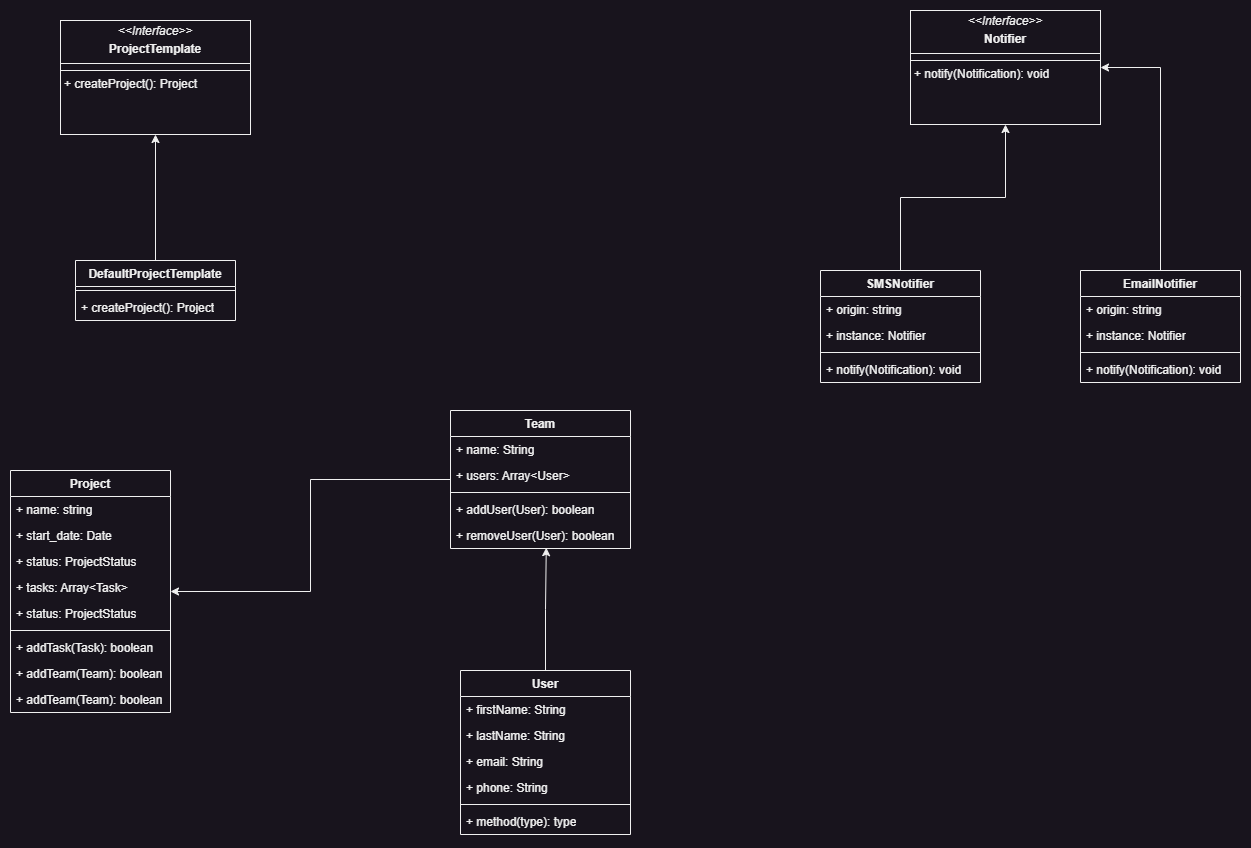
Before: design/vector-backend-prj.drawio.png, a diagram exported from draw.io (ggopal13/vector-backend-project). Source tidied: cells renumbered, new cells last; positions are measured from the earlier drawing's top-left corner, leaving out a move shared by most shapes.
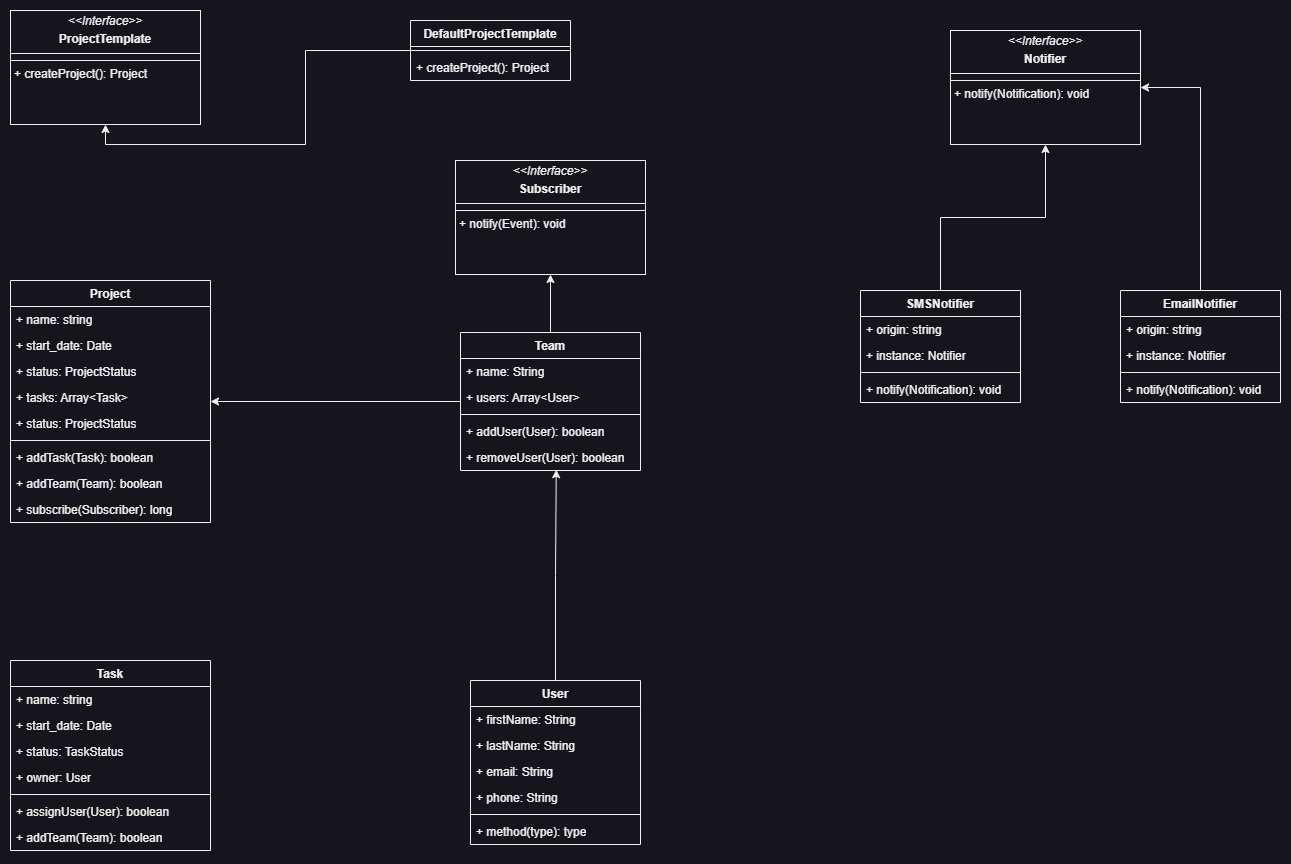
After the commit.

Commit message:
add lld design

Diff of the diagram source:
```diff
@@ -3,13 +3,13 @@
     <mxCell id="0" />
     <mxCell id="1" parent="0" />
     <mxCell id="2" value="&lt;p style=&quot;margin:0px;margin-top:4px;text-align:center;&quot;&gt;&lt;i&gt;&amp;lt;&amp;lt;Interface&amp;gt;&amp;gt;&lt;/i&gt;&lt;/p&gt;&lt;p style=&quot;margin:0px;margin-top:4px;text-align:center;&quot;&gt;&lt;b&gt;ProjectTemplate&lt;/b&gt;&lt;br&gt;&lt;/p&gt;&lt;hr size=&quot;1&quot; style=&quot;border-style:solid;&quot;&gt;&lt;hr size=&quot;1&quot; style=&quot;border-style:solid;&quot;&gt;&lt;p style=&quot;margin:0px;margin-left:4px;&quot;&gt;+ createProject(): Project&lt;/p&gt;" style="verticalAlign=top;align=left;overflow=fill;html=1;whiteSpace=wrap;" parent="1" vertex="1">
-      <mxGeometry x="50" y="10" width="190" height="114" as="geometry" />
+      <mxGeometry x="-40" y="-20" width="190" height="114" as="geometry" />
     </mxCell>
     <mxCell id="3" style="edgeStyle=orthogonalEdgeStyle;rounded=0;jettySize=auto;html=1;entryX=0.5;entryY=1;entryDx=0;entryDy=0;" parent="1" edge="1" source="4" target="2">
       <mxGeometry relative="1" as="geometry" />
     </mxCell>
     <mxCell id="4" value="DefaultProjectTemplate" style="swimlane;fontStyle=1;align=center;verticalAlign=top;horizontal=1;startSize=26;whiteSpace=wrap;html=1;" parent="1" vertex="1">
-      <mxGeometry x="65" y="250" width="160" height="60" as="geometry" />
+      <mxGeometry x="360" y="-10" width="160" height="60" as="geometry" />
     </mxCell>
     <mxCell id="5" style="line;strokeWidth=1;fillColor=none;align=left;verticalAlign=middle;spacingTop=-1;spacingLeft=3;spacingRight=3;labelPosition=right;strokeColor=inherit;" parent="4" vertex="1">
       <mxGeometry y="26" width="160" height="8" as="geometry" />
@@ -18,40 +18,43 @@
       <mxGeometry y="34" width="160" height="26" as="geometry" />
     </mxCell>
     <mxCell id="7" value="Project" style="swimlane;fontStyle=1;align=center;verticalAlign=top;horizontal=1;startSize=26;whiteSpace=wrap;html=1;" parent="1" vertex="1">
-      <mxGeometry y="460" width="160" height="242" as="geometry" />
+      <mxGeometry x="-40" y="250" width="200" height="242" as="geometry" />
     </mxCell>
     <mxCell id="8" value="+ name: string&lt;div&gt;&lt;br&gt;&lt;/div&gt;&lt;div&gt;&lt;br&gt;&lt;/div&gt;" style="text;strokeColor=none;fillColor=none;align=left;verticalAlign=top;spacingLeft=4;spacingRight=4;overflow=hidden;whiteSpace=wrap;html=1;" parent="7" vertex="1">
-      <mxGeometry y="26" width="160" height="26" as="geometry" />
+      <mxGeometry y="26" width="200" height="26" as="geometry" />
     </mxCell>
     <mxCell id="9" value="+ start_date: Date&lt;div&gt;&lt;br&gt;&lt;/div&gt;&lt;div&gt;&lt;br&gt;&lt;/div&gt;" style="text;strokeColor=none;fillColor=none;align=left;verticalAlign=top;spacingLeft=4;spacingRight=4;overflow=hidden;whiteSpace=wrap;html=1;" parent="7" vertex="1">
-      <mxGeometry y="52" width="160" height="26" as="geometry" />
+      <mxGeometry y="52" width="200" height="26" as="geometry" />
     </mxCell>
     <mxCell id="10" value="+ status: ProjectStatus&lt;div&gt;&lt;br&gt;&lt;/div&gt;&lt;div&gt;&lt;br&gt;&lt;/div&gt;" style="text;strokeColor=none;fillColor=none;align=left;verticalAlign=top;spacingLeft=4;spacingRight=4;overflow=hidden;whiteSpace=wrap;html=1;" parent="7" vertex="1">
-      <mxGeometry y="78" width="160" height="26" as="geometry" />
+      <mxGeometry y="78" width="200" height="26" as="geometry" />
     </mxCell>
     <mxCell id="11" value="+ tasks: Array&amp;lt;Task&amp;gt;&lt;div&gt;&lt;div&gt;&lt;br&gt;&lt;/div&gt;&lt;div&gt;&lt;br&gt;&lt;/div&gt;&lt;/div&gt;" style="text;strokeColor=none;fillColor=none;align=left;verticalAlign=top;spacingLeft=4;spacingRight=4;overflow=hidden;whiteSpace=wrap;html=1;" parent="7" vertex="1">
-      <mxGeometry y="104" width="160" height="26" as="geometry" />
+      <mxGeometry y="104" width="200" height="26" as="geometry" />
     </mxCell>
     <mxCell id="12" value="+ status: ProjectStatus&lt;div&gt;&lt;br&gt;&lt;/div&gt;&lt;div&gt;&lt;br&gt;&lt;/div&gt;" style="text;strokeColor=none;fillColor=none;align=left;verticalAlign=top;spacingLeft=4;spacingRight=4;overflow=hidden;whiteSpace=wrap;html=1;" parent="7" vertex="1">
-      <mxGeometry y="130" width="160" height="26" as="geometry" />
+      <mxGeometry y="130" width="200" height="26" as="geometry" />
     </mxCell>
     <mxCell id="13" style="line;strokeWidth=1;fillColor=none;align=left;verticalAlign=middle;spacingTop=-1;spacingLeft=3;spacingRight=3;labelPosition=right;strokeColor=inherit;" parent="7" vertex="1">
-      <mxGeometry y="156" width="160" height="8" as="geometry" />
+      <mxGeometry y="156" width="200" height="8" as="geometry" />
     </mxCell>
     <mxCell id="14" value="+ addTask(Task): boolean" style="text;strokeColor=none;fillColor=none;align=left;verticalAlign=top;spacingLeft=4;spacingRight=4;overflow=hidden;whiteSpace=wrap;html=1;" parent="7" vertex="1">
-      <mxGeometry y="164" width="160" height="26" as="geometry" />
+      <mxGeometry y="164" width="200" height="26" as="geometry" />
     </mxCell>
     <mxCell id="15" value="+ addTeam(Team): boolean" style="text;strokeColor=none;fillColor=none;align=left;verticalAlign=top;spacingLeft=4;spacingRight=4;overflow=hidden;whiteSpace=wrap;html=1;" parent="7" vertex="1">
-      <mxGeometry y="190" width="160" height="26" as="geometry" />
+      <mxGeometry y="190" width="200" height="26" as="geometry" />
     </mxCell>
-    <mxCell id="16" value="+ addTeam(Team): boolean" style="text;strokeColor=none;fillColor=none;align=left;verticalAlign=top;spacingLeft=4;spacingRight=4;overflow=hidden;whiteSpace=wrap;html=1;" parent="7" vertex="1">
-      <mxGeometry y="216" width="160" height="26" as="geometry" />
+    <mxCell id="16" value="+ subscribe(Subscriber): long" style="text;strokeColor=none;fillColor=none;align=left;verticalAlign=top;spacingLeft=4;spacingRight=4;overflow=hidden;whiteSpace=wrap;html=1;" parent="7" vertex="1">
+      <mxGeometry y="216" width="200" height="26" as="geometry" />
     </mxCell>
     <mxCell id="17" style="edgeStyle=orthogonalEdgeStyle;rounded=0;jettySize=auto;html=1;entryX=1;entryY=0.5;entryDx=0;entryDy=0;" parent="1" edge="1" source="18" target="7">
       <mxGeometry relative="1" as="geometry" />
     </mxCell>
+    <mxCell id="45" style="edgeStyle=orthogonalEdgeStyle;rounded=0;jettySize=auto;html=1;exitX=0.5;exitY=0;exitDx=0;exitDy=0;entryX=0.5;entryY=1;entryDx=0;entryDy=0;" parent="1" edge="1" source="18" target="54">
+      <mxGeometry relative="1" as="geometry" />
+    </mxCell>
     <mxCell id="18" value="Team" style="swimlane;fontStyle=1;align=center;verticalAlign=top;horizontal=1;startSize=26;whiteSpace=wrap;html=1;" parent="1" vertex="1">
-      <mxGeometry x="440" y="400" width="180" height="138" as="geometry" />
+      <mxGeometry x="410" y="302" width="180" height="138" as="geometry" />
     </mxCell>
     <mxCell id="19" value="+ name: String" style="text;strokeColor=none;fillColor=none;align=left;verticalAlign=top;spacingLeft=4;spacingRight=4;overflow=hidden;whiteSpace=wrap;html=1;" parent="18" vertex="1">
       <mxGeometry y="26" width="180" height="26" as="geometry" />
@@ -69,7 +72,7 @@
       <mxGeometry y="112" width="180" height="26" as="geometry" />
     </mxCell>
     <mxCell id="24" value="User" style="swimlane;fontStyle=1;align=center;verticalAlign=top;horizontal=1;startSize=26;whiteSpace=wrap;html=1;" parent="1" vertex="1">
-      <mxGeometry x="450" y="660" width="170" height="164" as="geometry" />
+      <mxGeometry x="420" y="650" width="170" height="164" as="geometry" />
     </mxCell>
     <mxCell id="25" value="+ firstName: String" style="text;strokeColor=none;fillColor=none;align=left;verticalAlign=top;spacingLeft=4;spacingRight=4;overflow=hidden;whiteSpace=wrap;html=1;" parent="24" vertex="1">
       <mxGeometry y="26" width="170" height="26" as="geometry" />
@@ -131,5 +134,32 @@
     <mxCell id="44" value="+ notify(Notification): void" style="text;strokeColor=none;fillColor=none;align=left;verticalAlign=top;spacingLeft=4;spacingRight=4;overflow=hidden;whiteSpace=wrap;html=1;" parent="40" vertex="1">
       <mxGeometry y="86" width="160" height="26" as="geometry" />
     </mxCell>
+    <mxCell id="46" value="Task" style="swimlane;fontStyle=1;align=center;verticalAlign=top;horizontal=1;startSize=26;whiteSpace=wrap;html=1;" parent="1" vertex="1">
+      <mxGeometry x="-40" y="630" width="200" height="190" as="geometry" />
+    </mxCell>
+    <mxCell id="47" value="+ name: string&lt;div&gt;&lt;br&gt;&lt;/div&gt;&lt;div&gt;&lt;br&gt;&lt;/div&gt;" style="text;strokeColor=none;fillColor=none;align=left;verticalAlign=top;spacingLeft=4;spacingRight=4;overflow=hidden;whiteSpace=wrap;html=1;" parent="46" vertex="1">
+      <mxGeometry y="26" width="200" height="26" as="geometry" />
+    </mxCell>
+    <mxCell id="48" value="+ start_date: Date&lt;div&gt;&lt;br&gt;&lt;/div&gt;&lt;div&gt;&lt;br&gt;&lt;/div&gt;" style="text;strokeColor=none;fillColor=none;align=left;verticalAlign=top;spacingLeft=4;spacingRight=4;overflow=hidden;whiteSpace=wrap;html=1;" parent="46" vertex="1">
+      <mxGeometry y="52" width="200" height="26" as="geometry" />
+    </mxCell>
+    <mxCell id="49" value="+ status: TaskStatus&lt;div&gt;&lt;br&gt;&lt;/div&gt;&lt;div&gt;&lt;br&gt;&lt;/div&gt;" style="text;strokeColor=none;fillColor=none;align=left;verticalAlign=top;spacingLeft=4;spacingRight=4;overflow=hidden;whiteSpace=wrap;html=1;" parent="46" vertex="1">
+      <mxGeometry y="78" width="200" height="26" as="geometry" />
+    </mxCell>
+    <mxCell id="50" value="+ owner: User&lt;div&gt;&lt;div&gt;&lt;br&gt;&lt;/div&gt;&lt;div&gt;&lt;br&gt;&lt;/div&gt;&lt;/div&gt;" style="text;strokeColor=none;fillColor=none;align=left;verticalAlign=top;spacingLeft=4;spacingRight=4;overflow=hidden;whiteSpace=wrap;html=1;" parent="46" vertex="1">
+      <mxGeometry y="104" width="200" height="26" as="geometry" />
+    </mxCell>
+    <mxCell id="51" style="line;strokeWidth=1;fillColor=none;align=left;verticalAlign=middle;spacingTop=-1;spacingLeft=3;spacingRight=3;labelPosition=right;strokeColor=inherit;" parent="46" vertex="1">
+      <mxGeometry y="130" width="200" height="8" as="geometry" />
+    </mxCell>
+    <mxCell id="52" value="+ assignUser(User): boolean" style="text;strokeColor=none;fillColor=none;align=left;verticalAlign=top;spacingLeft=4;spacingRight=4;overflow=hidden;whiteSpace=wrap;html=1;" parent="46" vertex="1">
+      <mxGeometry y="138" width="200" height="26" as="geometry" />
+    </mxCell>
+    <mxCell id="53" value="+ addTeam(Team): boolean" style="text;strokeColor=none;fillColor=none;align=left;verticalAlign=top;spacingLeft=4;spacingRight=4;overflow=hidden;whiteSpace=wrap;html=1;" parent="46" vertex="1">
+      <mxGeometry y="164" width="200" height="26" as="geometry" />
+    </mxCell>
+    <mxCell id="54" value="&lt;p style=&quot;margin:0px;margin-top:4px;text-align:center;&quot;&gt;&lt;i&gt;&amp;lt;&amp;lt;Interface&amp;gt;&amp;gt;&lt;/i&gt;&lt;/p&gt;&lt;p style=&quot;margin:0px;margin-top:4px;text-align:center;&quot;&gt;&lt;b&gt;Subscriber&lt;/b&gt;&lt;br&gt;&lt;/p&gt;&lt;hr size=&quot;1&quot; style=&quot;border-style:solid;&quot;&gt;&lt;hr size=&quot;1&quot; style=&quot;border-style:solid;&quot;&gt;&lt;p style=&quot;margin:0px;margin-left:4px;&quot;&gt;+ notify(Event): void&lt;/p&gt;" style="verticalAlign=top;align=left;overflow=fill;html=1;whiteSpace=wrap;" parent="1" vertex="1">
+      <mxGeometry x="405" y="130" width="190" height="114" as="geometry" />
+    </mxCell>
   </root>
 </mxGraphModel>
```
